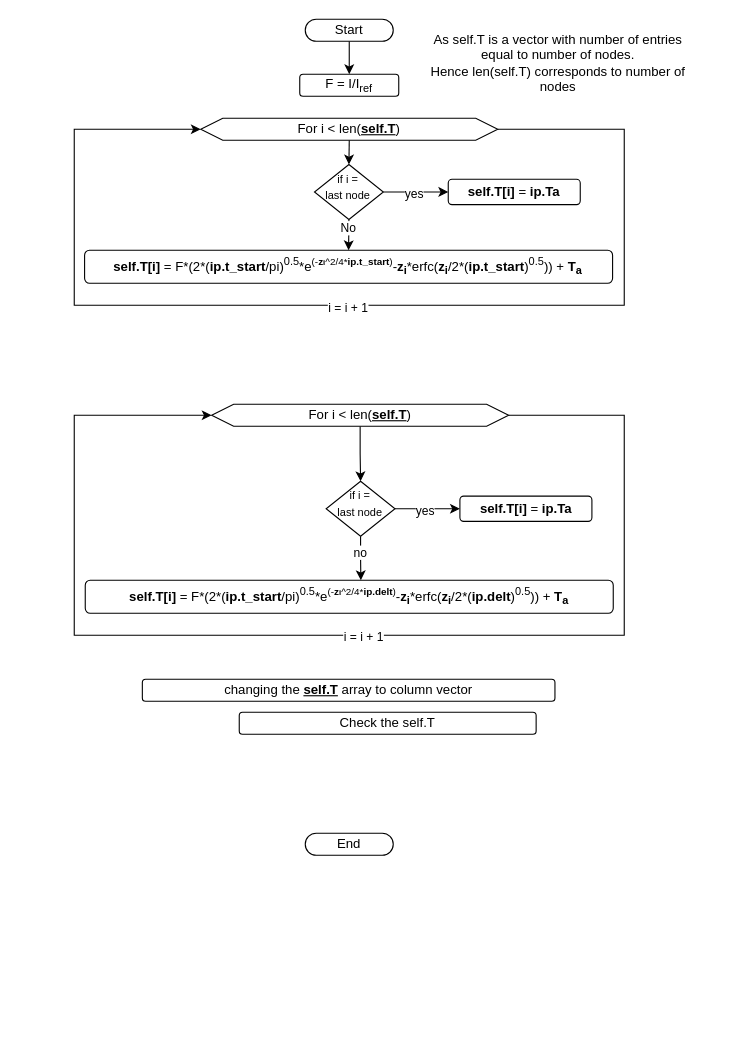
Before: .drawio in okolekar/PPP, a draw.io diagram. Source tidied: cells renumbered, new cells numbered last; positions are measured from the earlier drawing's top-left corner, leaving out a move shared by most shapes. Both pictures are drawn from the tidied source at 110%, with x=0, y=0 at pixel (74, 19).
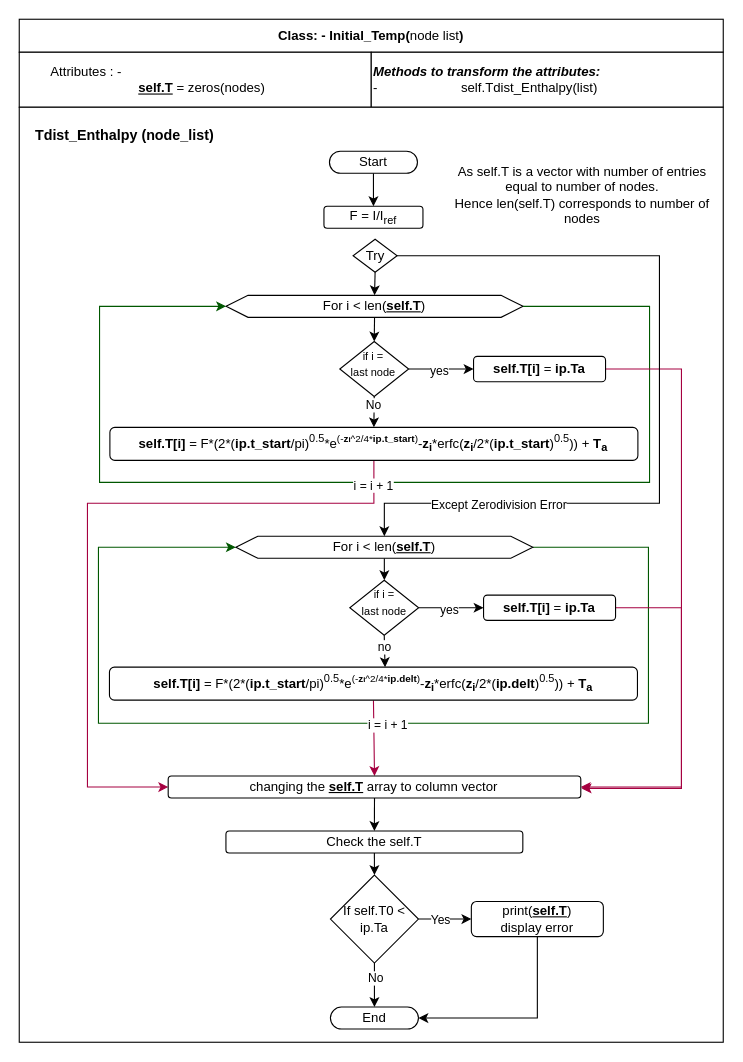
After the change.

The edit, as a diff of the source:
```diff
@@
+    <mxCell id="33" value="&lt;b&gt;Class: - Initial_Temp(&lt;/b&gt;node list&lt;b&gt;)&lt;/b&gt;" style="rounded=0;whiteSpace=wrap;html=1;" parent="1" vertex="1">
+      <mxGeometry x="-50" width="640" height="30" as="geometry" />
+    </mxCell>
+    <mxCell id="34" value="&lt;span style=&quot;white-space: pre;&quot;&gt;&#9;&lt;/span&gt;Attributes : -&amp;nbsp;&lt;br&gt;&lt;span style=&quot;white-space: pre;&quot;&gt;&#9;&lt;/span&gt;&lt;span style=&quot;white-space: pre;&quot;&gt;&#9;&lt;/span&gt;&lt;span style=&quot;white-space: pre;&quot;&gt;&#9;&lt;/span&gt;&lt;span style=&quot;white-space: pre;&quot;&gt;&#9;&lt;/span&gt;&lt;b&gt;&lt;u&gt;self.T&lt;/u&gt;&lt;/b&gt; = zeros(nodes)" style="rounded=0;whiteSpace=wrap;html=1;align=left;" parent="1" vertex="1">
+      <mxGeometry x="-50" y="30" width="320" height="50" as="geometry" />
+    </mxCell>
+    <mxCell id="35" value="&lt;i&gt;&lt;b&gt;Methods to transform the attributes:&lt;/b&gt;&lt;/i&gt; -&lt;span style=&quot;white-space: pre;&quot;&gt;&#9;&lt;/span&gt;&lt;span style=&quot;white-space: pre;&quot;&gt;&#9;&lt;/span&gt;&lt;span style=&quot;white-space: pre;&quot;&gt;&#9;&lt;/span&gt;self.Tdist_Enthalpy(list)" style="rounded=0;whiteSpace=wrap;html=1;align=left;" parent="1" vertex="1">
+      <mxGeometry x="270" y="30" width="320" height="50" as="geometry" />
+    </mxCell>
+    <mxCell id="36" style="rounded=0;whiteSpace=wrap;html=1;" parent="1" vertex="1">
+      <mxGeometry x="-50" y="80" width="640" height="850" as="geometry" />
+    </mxCell>
@@
     <mxCell id="3" value="Start" style="rounded=1;whiteSpace=wrap;html=1;arcSize=50;" parent="1" vertex="1">
-      <mxGeometry x="210" width="80" height="20" as="geometry" />
+      <mxGeometry x="232" y="120" width="80" height="20" as="geometry" />
     </mxCell>
     <mxCell id="4" value="End" style="rounded=1;whiteSpace=wrap;html=1;arcSize=50;" parent="1" vertex="1">
-      <mxGeometry x="210" y="740" width="80" height="20" as="geometry" />
+      <mxGeometry x="232.9" y="898" width="80" height="20" as="geometry" />
     </mxCell>
     <mxCell id="5" value="F = I/I&lt;sub&gt;ref&lt;/sub&gt;" style="rounded=1;whiteSpace=wrap;html=1;" parent="1" vertex="1">
-      <mxGeometry x="205" y="50" width="90" height="20" as="geometry" />
+      <mxGeometry x="227" y="170" width="90" height="20" as="geometry" />
     </mxCell>
-    <mxCell id="6" style="edgeStyle=orthogonalEdgeStyle;rounded=0;jettySize=auto;html=1;exitX=0.5;exitY=1;exitDx=0;exitDy=0;entryX=0.5;entryY=0;entryDx=0;entryDy=0;" parent="1" edge="1" source="7" target="21">
-      <mxGeometry relative="1" as="geometry" />
-    </mxCell>
-    <mxCell id="7" value="For i &amp;lt; len(&lt;u style=&quot;font-weight: bold;&quot;&gt;self.T&lt;/u&gt;)" style="shape=hexagon;perimeter=hexagonPerimeter2;whiteSpace=wrap;html=1;fixedSize=1;" parent="1" vertex="1">
-      <mxGeometry x="115" y="90" width="270" height="20" as="geometry" />
-    </mxCell>
+    <mxCell id="37" style="edgeStyle=orthogonalEdgeStyle;rounded=0;jettySize=auto;html=1;exitX=0.5;exitY=1;exitDx=0;exitDy=0;entryX=0.5;entryY=0;entryDx=0;entryDy=0;" parent="1" edge="1" source="38" target="51">
+      <mxGeometry relative="1" as="geometry" />
+    </mxCell>
+    <mxCell id="38" value="For i &amp;lt; len(&lt;u style=&quot;font-weight: bold;&quot;&gt;self.T&lt;/u&gt;)" style="shape=hexagon;perimeter=hexagonPerimeter2;whiteSpace=wrap;html=1;fixedSize=1;" parent="1" vertex="1">
+      <mxGeometry x="138" y="251" width="270" height="20" as="geometry" />
+    </mxCell>
     <mxCell id="8" value="As self.T is a vector with number of entries equal to number of nodes.&lt;br&gt;Hence len(self.T) corresponds to number of nodes" style="text;html=1;strokeColor=none;fillColor=none;align=center;verticalAlign=middle;whiteSpace=wrap;rounded=0;" parent="1" vertex="1">
-      <mxGeometry x="320" y="10" width="240" height="60" as="geometry" />
+      <mxGeometry x="342" y="130" width="240" height="60" as="geometry" />
     </mxCell>
+    <mxCell id="39" style="edgeStyle=orthogonalEdgeStyle;rounded=0;jettySize=auto;html=1;exitX=0.5;exitY=1;exitDx=0;exitDy=0;entryX=0;entryY=0.5;entryDx=0;entryDy=0;fillColor=#d80073;strokeColor=#A50040;" parent="1" edge="1" source="9" target="31">
+      <mxGeometry relative="1" as="geometry">
+        <Array as="points">
+          <mxPoint x="272" y="440" />
+          <mxPoint x="12" y="440" />
+          <mxPoint x="12" y="698" />
+        </Array>
+      </mxGeometry>
+    </mxCell>
     <mxCell id="9" value="&lt;b&gt;self.T[i]&lt;/b&gt; = F*(2*(&lt;b&gt;ip.t_start&lt;/b&gt;/pi)&lt;sup&gt;0.5&lt;/sup&gt;*e&lt;sup style=&quot;&quot;&gt;&lt;span style=&quot;font-size: 9px;&quot;&gt;(-&lt;b&gt;z&lt;/b&gt;&lt;/span&gt;&lt;font style=&quot;font-size: 7px;&quot;&gt;&lt;b&gt;i&lt;/b&gt;&lt;/font&gt;&lt;span style=&quot;font-size: 9px;&quot;&gt;^2/4*&lt;b&gt;ip.t_start&lt;/b&gt;)&lt;/span&gt;&lt;/sup&gt;-&lt;b&gt;z&lt;sub&gt;i&lt;/sub&gt;&lt;/b&gt;*erfc(&lt;b&gt;z&lt;sub&gt;i&lt;/sub&gt;&lt;/b&gt;/2*(&lt;b&gt;ip.t_start&lt;/b&gt;)&lt;sup&gt;0.5&lt;/sup&gt;)) + &lt;b&gt;T&lt;sub&gt;a&lt;/sub&gt;&lt;/b&gt;" style="rounded=1;whiteSpace=wrap;html=1;" parent="1" vertex="1">
-      <mxGeometry x="9.4" y="210" width="480" height="30" as="geometry" />
+      <mxGeometry x="32.4" y="371" width="480" height="30" as="geometry" />
     </mxCell>
+    <mxCell id="40" style="edgeStyle=orthogonalEdgeStyle;rounded=0;jettySize=auto;html=1;exitX=0.5;exitY=1;exitDx=0;exitDy=0;entryX=0.5;entryY=0;entryDx=0;entryDy=0;fillColor=#d80073;strokeColor=#A50040;" parent="1" edge="1" target="31">
+      <mxGeometry relative="1" as="geometry">
+        <mxPoint x="272" y="619" as="sourcePoint" />
+      </mxGeometry>
+    </mxCell>
     <mxCell id="10" value="&lt;b&gt;self.T[i]&lt;/b&gt; = F*(2*(&lt;b&gt;ip.t_start&lt;/b&gt;/pi)&lt;sup&gt;0.5&lt;/sup&gt;*e&lt;sup style=&quot;&quot;&gt;&lt;span style=&quot;font-size: 9px;&quot;&gt;(-&lt;b&gt;z&lt;/b&gt;&lt;/span&gt;&lt;font style=&quot;font-size: 7px;&quot;&gt;&lt;b&gt;i&lt;/b&gt;&lt;/font&gt;&lt;span style=&quot;font-size: 9px;&quot;&gt;^2/4*&lt;b&gt;ip.delt&lt;/b&gt;)&lt;/span&gt;&lt;/sup&gt;-&lt;b&gt;z&lt;sub&gt;i&lt;/sub&gt;&lt;/b&gt;*erfc(&lt;b&gt;z&lt;sub&gt;i&lt;/sub&gt;&lt;/b&gt;/2*(&lt;b&gt;ip.delt&lt;/b&gt;)&lt;sup&gt;0.5&lt;/sup&gt;)) + &lt;b&gt;T&lt;sub&gt;a&lt;/sub&gt;&lt;/b&gt;" style="rounded=1;whiteSpace=wrap;html=1;" parent="1" vertex="1">
-      <mxGeometry x="10" y="510" width="480" height="30" as="geometry" />
+      <mxGeometry x="32" y="589" width="480" height="30" as="geometry" />
     </mxCell>
-    <mxCell id="11" style="edgeStyle=orthogonalEdgeStyle;rounded=0;orthogonalLoop=1;jettySize=auto;html=1;exitX=1;exitY=0.5;exitDx=0;exitDy=0;entryX=0;entryY=0.5;entryDx=0;entryDy=0;" parent="1" edge="1" source="7" target="7">
-      <mxGeometry relative="1" as="geometry">
-        <Array as="points">
-          <mxPoint x="500" y="100" />
-          <mxPoint x="500" y="260" />
-          <mxPoint y="260" />
-          <mxPoint y="100" />
-        </Array>
-      </mxGeometry>
-    </mxCell>
-    <mxCell id="12" value="i = i + 1" style="edgeLabel;html=1;align=center;verticalAlign=middle;" parent="11" vertex="1">
-      <mxGeometry x="0.04" y="2" relative="1" as="geometry">
-        <mxPoint x="19" as="offset" />
-      </mxGeometry>
-    </mxCell>
-    <mxCell id="13" style="edgeStyle=orthogonalEdgeStyle;rounded=0;orthogonalLoop=1;jettySize=auto;html=1;exitX=1;exitY=0.5;exitDx=0;exitDy=0;entryX=0;entryY=0.5;entryDx=0;entryDy=0;" parent="1" edge="1" source="16" target="16">
-      <mxGeometry relative="1" as="geometry">
-        <Array as="points">
-          <mxPoint x="500" y="360" />
-          <mxPoint x="500" y="560" />
-          <mxPoint y="560" />
-          <mxPoint y="360" />
-        </Array>
-      </mxGeometry>
-    </mxCell>
-    <mxCell id="14" value="i = i + 1" style="edgeLabel;html=1;align=center;verticalAlign=middle;" parent="13" vertex="1">
-      <mxGeometry y="1" relative="1" as="geometry">
-        <mxPoint x="22" as="offset" />
-      </mxGeometry>
-    </mxCell>
-    <mxCell id="15" style="edgeStyle=orthogonalEdgeStyle;rounded=0;jettySize=auto;html=1;exitX=0.5;exitY=1;exitDx=0;exitDy=0;" parent="1" edge="1" source="16" target="28">
-      <mxGeometry relative="1" as="geometry" />
-    </mxCell>
-    <mxCell id="16" value="For i &amp;lt; len(&lt;u style=&quot;font-weight: bold;&quot;&gt;self.T&lt;/u&gt;)" style="shape=hexagon;perimeter=hexagonPerimeter2;whiteSpace=wrap;html=1;fixedSize=1;" parent="1" vertex="1">
-      <mxGeometry x="124.9" y="350" width="270" height="20" as="geometry" />
-    </mxCell>
-    <mxCell id="17" style="edgeStyle=orthogonalEdgeStyle;rounded=0;jettySize=auto;html=1;exitX=0.5;exitY=1;exitDx=0;exitDy=0;entryX=0.5;entryY=0;entryDx=0;entryDy=0;" parent="1" edge="1" source="21" target="9">
-      <mxGeometry relative="1" as="geometry" />
-    </mxCell>
-    <mxCell id="18" value="No" style="edgeLabel;html=1;align=center;verticalAlign=middle;" parent="17" vertex="1">
-      <mxGeometry x="-0.44" y="-1" relative="1" as="geometry" />
-    </mxCell>
-    <mxCell id="19" style="edgeStyle=orthogonalEdgeStyle;rounded=0;jettySize=auto;html=1;" parent="1" edge="1" source="21">
-      <mxGeometry relative="1" as="geometry">
-        <mxPoint x="340" y="157" as="targetPoint" />
-      </mxGeometry>
-    </mxCell>
-    <mxCell id="20" value="yes" style="edgeLabel;html=1;align=center;verticalAlign=middle;" parent="19" vertex="1">
-      <mxGeometry x="-0.08" y="-1" relative="1" as="geometry" />
-    </mxCell>
-    <mxCell id="21" style="rhombus;whiteSpace=wrap;html=1;" parent="1" vertex="1">
-      <mxGeometry x="218.4" y="132" width="62.6" height="50" as="geometry" />
-    </mxCell>
-    <mxCell id="22" value="&lt;font style=&quot;font-size: 10px;&quot;&gt;if i = &lt;br&gt;last node&lt;/font&gt;" style="text;html=1;strokeColor=none;fillColor=none;align=center;verticalAlign=middle;whiteSpace=wrap;rounded=0;" parent="1" vertex="1">
-      <mxGeometry x="219.4" y="137" width="60" height="30" as="geometry" />
-    </mxCell>
-    <mxCell id="23" value="&lt;b&gt;self.T[i]&lt;/b&gt; = &lt;b&gt;ip.Ta&lt;/b&gt;" style="rounded=1;whiteSpace=wrap;html=1;" parent="1" vertex="1">
-      <mxGeometry x="340" y="145.5" width="120" height="23" as="geometry" />
-    </mxCell>
-    <mxCell id="24" style="edgeStyle=orthogonalEdgeStyle;rounded=0;jettySize=auto;html=1;" parent="1" edge="1" source="28">
-      <mxGeometry relative="1" as="geometry">
-        <mxPoint x="350.6" y="445" as="targetPoint" />
-      </mxGeometry>
-    </mxCell>
-    <mxCell id="25" value="yes" style="edgeLabel;html=1;align=center;verticalAlign=middle;" parent="24" vertex="1">
-      <mxGeometry x="-0.08" y="-1" relative="1" as="geometry" />
-    </mxCell>
-    <mxCell id="26" style="edgeStyle=orthogonalEdgeStyle;rounded=0;jettySize=auto;html=1;exitX=0.5;exitY=1;exitDx=0;exitDy=0;entryX=0.522;entryY=0;entryDx=0;entryDy=0;entryPerimeter=0;" parent="1" edge="1" source="28" target="10">
-      <mxGeometry relative="1" as="geometry" />
-    </mxCell>
+    <mxCell id="41" style="edgeStyle=orthogonalEdgeStyle;rounded=0;orthogonalLoop=1;jettySize=auto;html=1;exitX=1;exitY=0.5;exitDx=0;exitDy=0;entryX=0;entryY=0.5;entryDx=0;entryDy=0;fillColor=#008a00;strokeColor=#005700;" parent="1" edge="1" source="38" target="38">
+      <mxGeometry relative="1" as="geometry">
+        <Array as="points">
+          <mxPoint x="523" y="261" />
+          <mxPoint x="523" y="421" />
+          <mxPoint x="23" y="421" />
+          <mxPoint x="23" y="261" />
+        </Array>
+      </mxGeometry>
+    </mxCell>
+    <mxCell id="42" value="i = i + 1" style="edgeLabel;html=1;align=center;verticalAlign=middle;" parent="41" vertex="1">
+      <mxGeometry x="0.04" y="2" relative="1" as="geometry">
+        <mxPoint x="19" as="offset" />
+      </mxGeometry>
+    </mxCell>
+    <mxCell id="43" style="edgeStyle=orthogonalEdgeStyle;rounded=0;orthogonalLoop=1;jettySize=auto;html=1;exitX=1;exitY=0.5;exitDx=0;exitDy=0;entryX=0;entryY=0.5;entryDx=0;entryDy=0;fillColor=#008a00;strokeColor=#005700;" parent="1" edge="1" source="46" target="46">
+      <mxGeometry relative="1" as="geometry">
+        <Array as="points">
+          <mxPoint x="522" y="480" />
+          <mxPoint x="522" y="640" />
+          <mxPoint x="22" y="640" />
+          <mxPoint x="22" y="480" />
+        </Array>
+      </mxGeometry>
+    </mxCell>
+    <mxCell id="44" value="i = i + 1" style="edgeLabel;html=1;align=center;verticalAlign=middle;" parent="43" vertex="1">
+      <mxGeometry y="1" relative="1" as="geometry">
+        <mxPoint x="22" as="offset" />
+      </mxGeometry>
+    </mxCell>
+    <mxCell id="45" style="edgeStyle=orthogonalEdgeStyle;rounded=0;jettySize=auto;html=1;exitX=0.5;exitY=1;exitDx=0;exitDy=0;" parent="1" edge="1" source="46" target="58">
+      <mxGeometry relative="1" as="geometry" />
+    </mxCell>
+    <mxCell id="46" value="For i &amp;lt; len(&lt;u style=&quot;font-weight: bold;&quot;&gt;self.T&lt;/u&gt;)" style="shape=hexagon;perimeter=hexagonPerimeter2;whiteSpace=wrap;html=1;fixedSize=1;" parent="1" vertex="1">
+      <mxGeometry x="146.9" y="470" width="270" height="20" as="geometry" />
+    </mxCell>
+    <mxCell id="47" style="edgeStyle=orthogonalEdgeStyle;rounded=0;jettySize=auto;html=1;exitX=0.5;exitY=1;exitDx=0;exitDy=0;entryX=0.5;entryY=0;entryDx=0;entryDy=0;" parent="1" edge="1" source="51" target="9">
+      <mxGeometry relative="1" as="geometry" />
+    </mxCell>
+    <mxCell id="48" value="No" style="edgeLabel;html=1;align=center;verticalAlign=middle;" parent="47" vertex="1">
+      <mxGeometry x="-0.44" y="-1" relative="1" as="geometry" />
+    </mxCell>
+    <mxCell id="49" style="edgeStyle=orthogonalEdgeStyle;rounded=0;jettySize=auto;html=1;" parent="1" edge="1" source="51">
+      <mxGeometry relative="1" as="geometry">
+        <mxPoint x="363" y="318" as="targetPoint" />
+      </mxGeometry>
+    </mxCell>
+    <mxCell id="50" value="yes" style="edgeLabel;html=1;align=center;verticalAlign=middle;" parent="49" vertex="1">
+      <mxGeometry x="-0.08" y="-1" relative="1" as="geometry" />
+    </mxCell>
+    <mxCell id="51" style="rhombus;whiteSpace=wrap;html=1;" parent="1" vertex="1">
+      <mxGeometry x="241.4" y="293" width="62.6" height="50" as="geometry" />
+    </mxCell>
+    <mxCell id="52" value="&lt;font style=&quot;font-size: 10px;&quot;&gt;if i = &lt;br&gt;last node&lt;/font&gt;" style="text;html=1;strokeColor=none;fillColor=none;align=center;verticalAlign=middle;whiteSpace=wrap;rounded=0;" parent="1" vertex="1">
+      <mxGeometry x="242.4" y="298" width="60" height="30" as="geometry" />
+    </mxCell>
+    <mxCell id="53" style="edgeStyle=orthogonalEdgeStyle;rounded=0;jettySize=auto;html=1;exitX=1;exitY=0.5;exitDx=0;exitDy=0;fillColor=#d80073;strokeColor=#A50040;entryX=1.002;entryY=0.561;entryDx=0;entryDy=0;entryPerimeter=0;" parent="1" edge="1" source="54" target="31">
+      <mxGeometry relative="1" as="geometry">
+        <Array as="points">
+          <mxPoint x="552" y="318" />
+          <mxPoint x="552" y="699" />
+        </Array>
+      </mxGeometry>
+    </mxCell>
+    <mxCell id="54" value="&lt;b&gt;self.T[i]&lt;/b&gt; = &lt;b&gt;ip.Ta&lt;/b&gt;" style="rounded=1;whiteSpace=wrap;html=1;" parent="1" vertex="1">
+      <mxGeometry x="363" y="306.5" width="120" height="23" as="geometry" />
+    </mxCell>
+    <mxCell id="55" style="edgeStyle=orthogonalEdgeStyle;rounded=0;jettySize=auto;html=1;" parent="1" edge="1" source="58">
+      <mxGeometry relative="1" as="geometry">
+        <mxPoint x="372.1" y="535" as="targetPoint" />
+      </mxGeometry>
+    </mxCell>
+    <mxCell id="56" value="yes" style="edgeLabel;html=1;align=center;verticalAlign=middle;" parent="55" vertex="1">
+      <mxGeometry x="-0.08" y="-1" relative="1" as="geometry" />
+    </mxCell>
+    <mxCell id="57" style="edgeStyle=orthogonalEdgeStyle;rounded=0;jettySize=auto;html=1;exitX=0.5;exitY=1;exitDx=0;exitDy=0;entryX=0.522;entryY=0;entryDx=0;entryDy=0;entryPerimeter=0;" parent="1" edge="1" source="58" target="10">
+      <mxGeometry relative="1" as="geometry" />
+    </mxCell>
-    <mxCell id="27" value="no" style="edgeLabel;html=1;align=center;verticalAlign=middle;" parent="26" vertex="1">
+    <mxCell id="27" value="no" style="edgeLabel;html=1;align=center;verticalAlign=middle;" parent="57" vertex="1">
       <mxGeometry x="-0.29" y="-1" relative="1" as="geometry" />
     </mxCell>
-    <mxCell id="28" style="rhombus;whiteSpace=wrap;html=1;" parent="1" vertex="1">
-      <mxGeometry x="229" y="420" width="62.6" height="50" as="geometry" />
-    </mxCell>
-    <mxCell id="29" value="&lt;font style=&quot;font-size: 10px;&quot;&gt;if i = &lt;br&gt;last node&lt;/font&gt;" style="text;html=1;strokeColor=none;fillColor=none;align=center;verticalAlign=middle;whiteSpace=wrap;rounded=0;" parent="1" vertex="1">
-      <mxGeometry x="230" y="425" width="60" height="30" as="geometry" />
-    </mxCell>
-    <mxCell id="30" value="&lt;b&gt;self.T[i]&lt;/b&gt; = &lt;b&gt;ip.Ta&lt;/b&gt;" style="rounded=1;whiteSpace=wrap;html=1;" parent="1" vertex="1">
-      <mxGeometry x="350.6" y="433.5" width="120" height="23" as="geometry" />
-    </mxCell>
+    <mxCell id="58" style="rhombus;whiteSpace=wrap;html=1;" parent="1" vertex="1">
+      <mxGeometry x="250.5" y="510" width="62.6" height="50" as="geometry" />
+    </mxCell>
+    <mxCell id="59" value="&lt;font style=&quot;font-size: 10px;&quot;&gt;if i = &lt;br&gt;last node&lt;/font&gt;" style="text;html=1;strokeColor=none;fillColor=none;align=center;verticalAlign=middle;whiteSpace=wrap;rounded=0;" parent="1" vertex="1">
+      <mxGeometry x="251.5" y="515" width="60" height="30" as="geometry" />
+    </mxCell>
+    <mxCell id="60" style="edgeStyle=orthogonalEdgeStyle;rounded=0;jettySize=auto;html=1;exitX=1;exitY=0.5;exitDx=0;exitDy=0;entryX=1;entryY=0.5;entryDx=0;entryDy=0;fillColor=#d80073;strokeColor=#A50040;" parent="1" edge="1" source="61" target="31">
+      <mxGeometry relative="1" as="geometry">
+        <Array as="points">
+          <mxPoint x="552" y="535" />
+          <mxPoint x="552" y="698" />
+        </Array>
+      </mxGeometry>
+    </mxCell>
+    <mxCell id="61" value="&lt;b&gt;self.T[i]&lt;/b&gt; = &lt;b&gt;ip.Ta&lt;/b&gt;" style="rounded=1;whiteSpace=wrap;html=1;" parent="1" vertex="1">
+      <mxGeometry x="372.1" y="523.5" width="120" height="23" as="geometry" />
+    </mxCell>
+    <mxCell id="62" style="edgeStyle=orthogonalEdgeStyle;rounded=0;jettySize=auto;html=1;exitX=0.5;exitY=1;exitDx=0;exitDy=0;entryX=0.5;entryY=0;entryDx=0;entryDy=0;" parent="1" edge="1" source="31" target="32">
+      <mxGeometry relative="1" as="geometry" />
+    </mxCell>
     <mxCell id="31" value="changing the &lt;b&gt;&lt;u&gt;self.T&lt;/u&gt;&lt;/b&gt; array to column vector" style="rounded=1;whiteSpace=wrap;html=1;" parent="1" vertex="1">
-      <mxGeometry x="61.9" y="600" width="375.1" height="20" as="geometry" />
+      <mxGeometry x="85.4" y="688" width="375.1" height="20" as="geometry" />
     </mxCell>
+    <mxCell id="63" style="edgeStyle=orthogonalEdgeStyle;rounded=0;jettySize=auto;html=1;exitX=0.5;exitY=1;exitDx=0;exitDy=0;entryX=0.5;entryY=0;entryDx=0;entryDy=0;" parent="1" edge="1" source="32" target="68">
+      <mxGeometry relative="1" as="geometry" />
+    </mxCell>
     <mxCell id="32" value="Check the self.T" style="rounded=1;whiteSpace=wrap;html=1;" parent="1" vertex="1">
-      <mxGeometry x="150" y="630" width="269.9" height="20" as="geometry" />
+      <mxGeometry x="137.9" y="738" width="269.9" height="20" as="geometry" />
     </mxCell>
+    <mxCell id="64" style="edgeStyle=orthogonalEdgeStyle;rounded=0;jettySize=auto;html=1;exitX=0.5;exitY=1;exitDx=0;exitDy=0;entryX=0.5;entryY=0;entryDx=0;entryDy=0;" parent="1" edge="1" source="68" target="4">
+      <mxGeometry relative="1" as="geometry" />
+    </mxCell>
+    <mxCell id="65" value="No" style="edgeLabel;html=1;align=center;verticalAlign=middle;" parent="64" vertex="1">
+      <mxGeometry x="-0.33" y="1" relative="1" as="geometry" />
+    </mxCell>
+    <mxCell id="66" style="edgeStyle=orthogonalEdgeStyle;rounded=0;jettySize=auto;html=1;" parent="1" edge="1" source="68" target="74">
+      <mxGeometry relative="1" as="geometry" />
+    </mxCell>
+    <mxCell id="67" value="Yes" style="edgeLabel;html=1;align=center;verticalAlign=middle;" parent="66" vertex="1">
+      <mxGeometry x="-0.18" relative="1" as="geometry" />
+    </mxCell>
+    <mxCell id="68" value="If self.T0 &amp;lt; ip.Ta" style="rhombus;whiteSpace=wrap;html=1;" parent="1" vertex="1">
+      <mxGeometry x="232.9" y="778" width="80" height="80" as="geometry" />
+    </mxCell>
+    <mxCell id="69" style="edgeStyle=orthogonalEdgeStyle;rounded=0;jettySize=auto;html=1;exitX=0.5;exitY=1;exitDx=0;exitDy=0;entryX=0.5;entryY=0;entryDx=0;entryDy=0;" parent="1" edge="1" source="72" target="38">
+      <mxGeometry relative="1" as="geometry" />
+    </mxCell>
+    <mxCell id="70" style="edgeStyle=orthogonalEdgeStyle;rounded=0;jettySize=auto;html=1;exitX=1;exitY=0.5;exitDx=0;exitDy=0;entryX=0.5;entryY=0;entryDx=0;entryDy=0;" parent="1" edge="1" source="72" target="46">
+      <mxGeometry relative="1" as="geometry">
+        <Array as="points">
+          <mxPoint x="532" y="215" />
+          <mxPoint x="532" y="440" />
+          <mxPoint x="282" y="440" />
+        </Array>
+      </mxGeometry>
+    </mxCell>
+    <mxCell id="71" value="Except Zerodivision Error" style="edgeLabel;html=1;align=center;verticalAlign=middle;" parent="70" vertex="1">
+      <mxGeometry x="0.64" y="1" relative="1" as="geometry" />
+    </mxCell>
+    <mxCell id="72" value="Try" style="rhombus;whiteSpace=wrap;html=1;" parent="1" vertex="1">
+      <mxGeometry x="253.5" y="200" width="40" height="30" as="geometry" />
+    </mxCell>
+    <mxCell id="73" style="edgeStyle=orthogonalEdgeStyle;rounded=0;jettySize=auto;html=1;exitX=0.5;exitY=1;exitDx=0;exitDy=0;entryX=1;entryY=0.5;entryDx=0;entryDy=0;" parent="1" edge="1" source="74" target="4">
+      <mxGeometry relative="1" as="geometry" />
+    </mxCell>
+    <mxCell id="74" value="print(&lt;b&gt;&lt;u&gt;self.T&lt;/u&gt;&lt;/b&gt;)&lt;br&gt;display error" style="rounded=1;whiteSpace=wrap;html=1;" parent="1" vertex="1">
+      <mxGeometry x="361" y="802" width="120" height="32" as="geometry" />
+    </mxCell>
+    <mxCell id="75" value="&lt;b&gt;&lt;font style=&quot;font-size: 13px;&quot;&gt;Tdist_Enthalpy (node_list)&lt;/font&gt;&lt;/b&gt;" style="text;html=1;strokeColor=none;fillColor=none;align=center;verticalAlign=middle;whiteSpace=wrap;rounded=0;" parent="1" vertex="1">
+      <mxGeometry x="-49" y="90" width="190" height="30" as="geometry" />
+    </mxCell>
```
